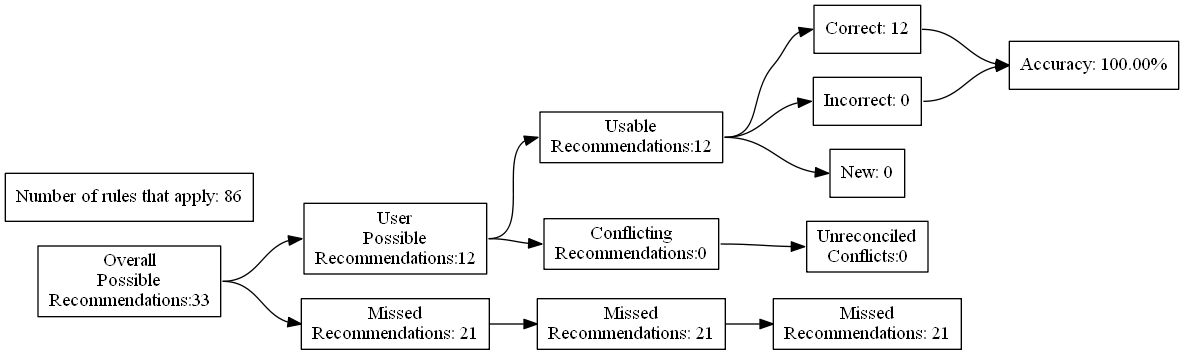
Before: test_renders/5.gv.png, a diagram exported from Graphviz (ZaxR/ibd_diet_analysis). Its source is kept beside it as test_renders/5.gv.
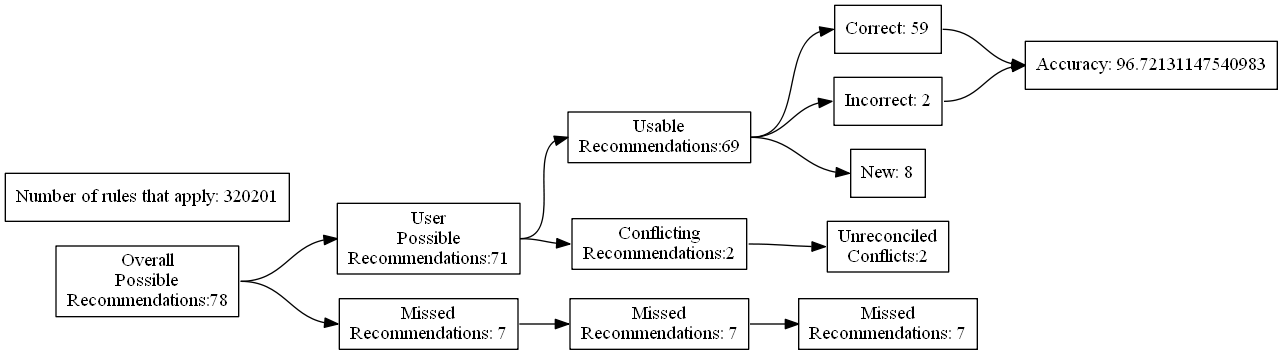
After the commit.

What changed in the source:
```diff
@@ -4,27 +4,27 @@
 	edge [headport=w tailport=e]
 		A [label="Overall
 Possible
-Recommendations:33"]
+Recommendations:78"]
 		B [label="User
 Possible
-Recommendations:12"]
+Recommendations:71"]
 		C [label="Missed
-Recommendations: 21"]
+Recommendations: 7"]
 		D [label="Usable
-Recommendations:12"]
+Recommendations:69"]
 		E [label="Conflicting
-Recommendations:0"]
+Recommendations:2"]
 		J [label="Missed
-Recommendations: 21"]
+Recommendations: 7"]
 		M [label="Unreconciled
-Conflicts:0"]
-		F [label="Correct: 12"]
-		G [label="Incorrect: 0"]
-		H [label="New: 0"]
+Conflicts:2"]
+		F [label="Correct: 59"]
+		G [label="Incorrect: 2"]
+		H [label="New: 8"]
 		K [label="Missed
-Recommendations: 21"]
-		I [label="Accuracy: 100.00%"]
-		l [label="Number of rules that apply: 86"]
+Recommendations: 7"]
+		I [label="Accuracy: 96.72131147540983"]
+		l [label="Number of rules that apply: 320201"]
 			A -> B
 			A -> C
 			B -> D
```
